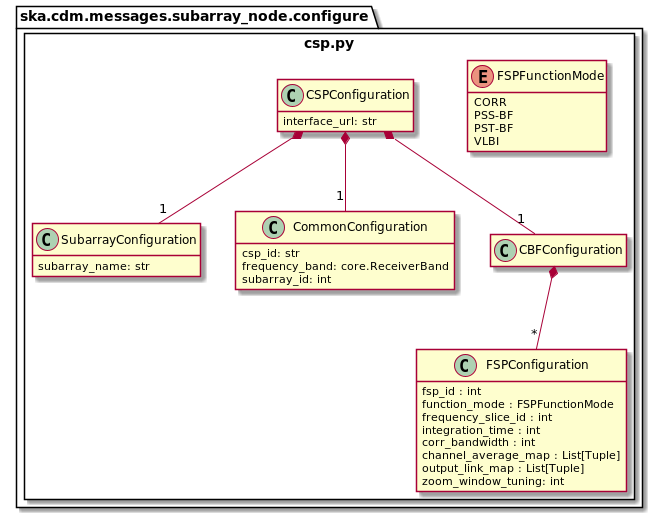
This is docs/src/developer/subarraynode/csp.png from ska-telescope/cdm-shared-library, a PlantUML export, as it was before one commit. The source it was exported from:
```plantuml
@startuml
hide empty members

remove VLBIConfiguration
remove PSTConfiguration
remove PSSConfiguration

package ska.cdm.messages.subarray_node.configure {
	package csp.py <<Rectangle>> {

	    class SubarrayConfiguration {
	        subarray_name: str
	    }

	    class CommonConfiguration {
	        csp_id: str
            frequency_band: core.ReceiverBand
            subarray_id: int
	    }

	    class CBFConfiguration {

	    }

	    class PSTConfiguration {

	    }

        class PSSConfiguration {

        }

        class VLBIConfiguration {

        }

		enum FSPFunctionMode {
			CORR
			PSS-BF
			PST-BF
			VLBI
		}

		class FSPConfiguration {
			fsp_id : int
			function_mode : FSPFunctionMode
			frequency_slice_id : int
			integration_time : int
			corr_bandwidth : int
			channel_average_map : List[Tuple]
			output_link_map : List[Tuple]
			zoom_window_tuning: int
		}

		class CSPConfiguration {
	        interface_url: str
		}
		CBFConfiguration *-- "*" FSPConfiguration
		CBFConfiguration *-- "1" VLBIConfiguration
		CSPConfiguration *-- "1" CommonConfiguration
		CSPConfiguration *-- "1" SubarrayConfiguration
		CSPConfiguration *-- "1" CBFConfiguration
		CSPConfiguration *-- "1" PSTConfiguration
		CSPConfiguration *-- "1" PSSConfiguration

	}
}

@enduml
```
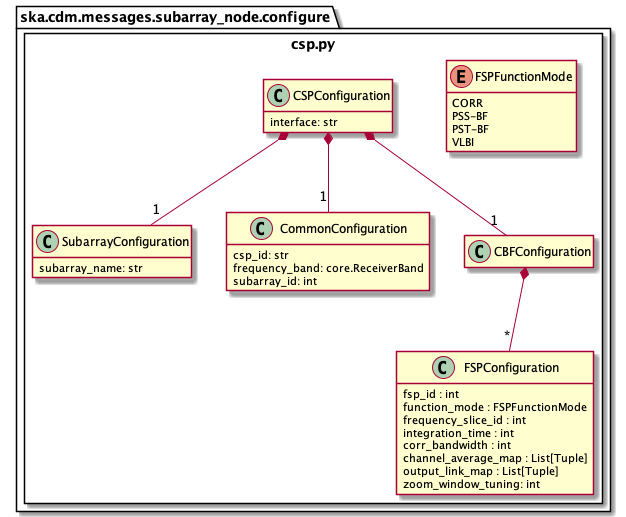
After the commit.

The edit, as a diff of the source:
```diff
@@ -53,7 +53,7 @@
 		}
 
 		class CSPConfiguration {
-	        interface_url: str
+	        interface: str
 		}
 		CBFConfiguration *-- "*" FSPConfiguration
 		CBFConfiguration *-- "1" VLBIConfiguration
```
